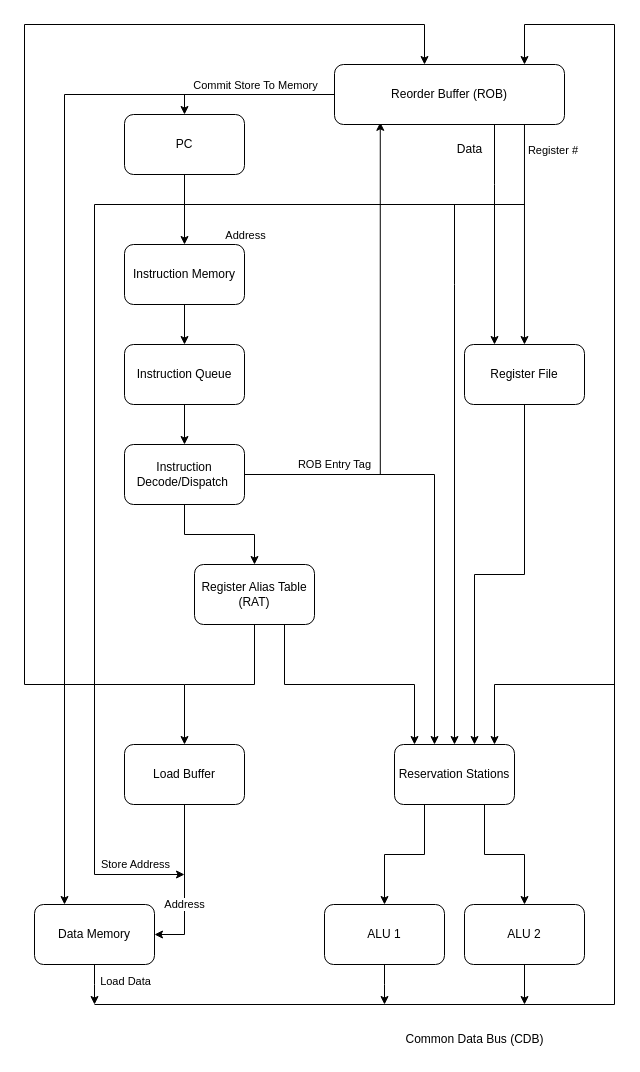
Earlier version of the draw.io diagram docs/Architecture.drawio (evanwu03/OutrO). Source tidied: cells renumbered, new cells numbered last; positions are measured from the earlier drawing's top-left corner, leaving out a move shared by most shapes. Both pictures are drawn from the tidied source at 100%, with x=0, y=0 at pixel (24, 24).
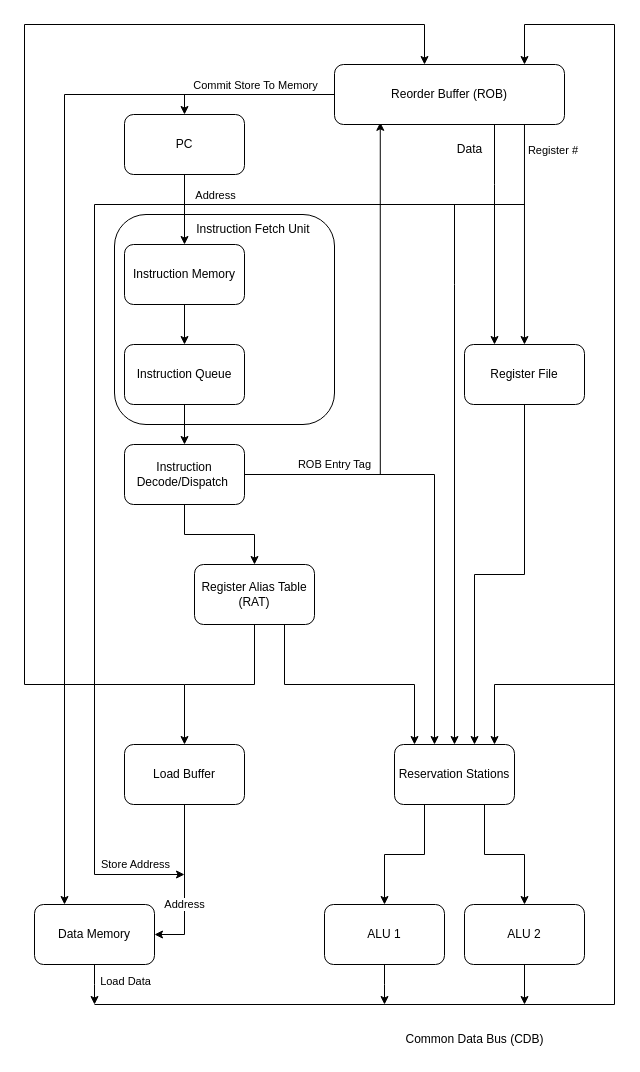
The same page after the edit.

Commit message (it also covers changes not shown here):
Created instruction_fetch_unit and fifo

The change refers to these unchanged cells:
```xml
<mxCell id="4" style="edgeStyle=orthogonalEdgeStyle;rounded=0;jettySize=auto;html=1;" parent="1" edge="1" source="6" target="3">
  <mxGeometry relative="1" as="geometry" />
</mxCell>
```

The edit, as a diff of the source:
```diff
@@
+    <mxCell id="46" style="rounded=1;whiteSpace=wrap;html=1;" parent="1" vertex="1">
+      <mxGeometry x="90" y="190" width="220" height="210" as="geometry" />
+    </mxCell>
@@
     <mxCell id="5" value="Address" style="edgeLabel;html=1;align=center;verticalAlign=middle;" parent="4" vertex="1">
       <mxGeometry x="-0.34" relative="1" as="geometry">
-        <mxPoint x="60" y="37" as="offset" />
+        <mxPoint x="30" y="-3" as="offset" />
       </mxGeometry>
     </mxCell>
@@
+    <mxCell id="47" value="Instruction Fetch Unit&amp;nbsp;" style="text;html=1;align=center;verticalAlign=middle;strokeColor=none;fillColor=none;" parent="1" vertex="1">
+      <mxGeometry x="160" y="190" width="140" height="30" as="geometry" />
+    </mxCell>
```
